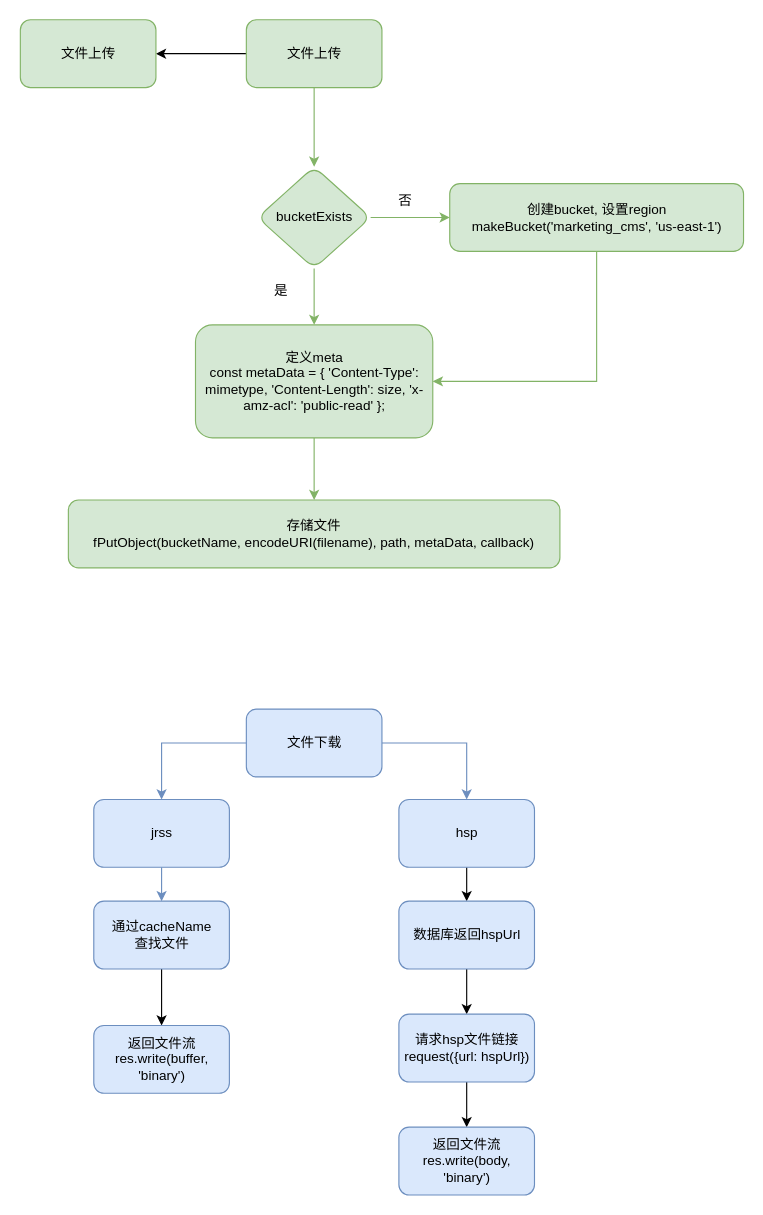
Before: 未命名绘图.drawio in senyawang/drawio, a draw.io diagram. Source tidied: cells renumbered, new cells numbered last; positions are measured from the earlier drawing's top-left corner, leaving out a move shared by most shapes. Both pictures are drawn from the tidied source at 113%, with x=0, y=0 at pixel (20, 19).
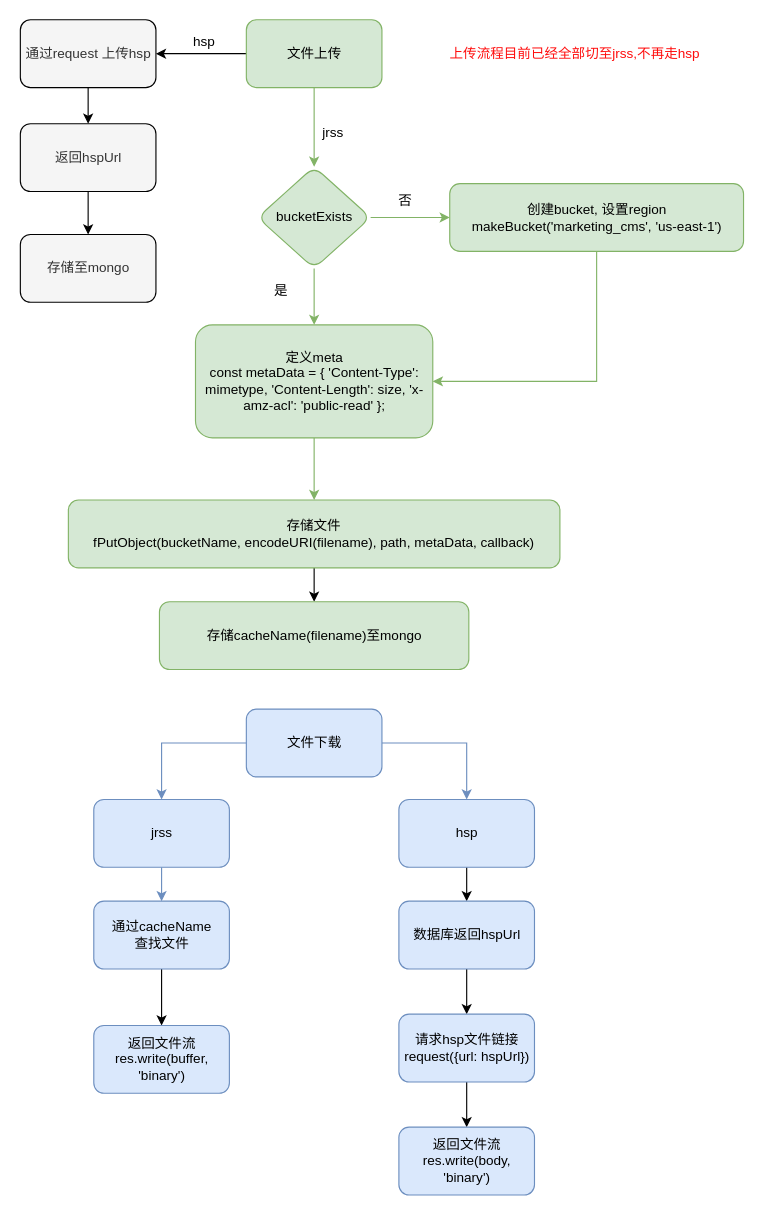
The same page after the edit.

Commit message (it also covers changes not shown here):
更新未命名绘图.drawio

The change refers to these unchanged cells:
```xml
<mxCell id="14" value="存储文件&lt;br&gt;fPutObject(bucketName, encodeURI(filename), path, metaData, callback)" style="whiteSpace=wrap;html=1;rounded=1;fillColor=#d5e8d4;strokeColor=#82b366;" parent="1" vertex="1">
  <mxGeometry x="42" y="425" width="435" height="60" as="geometry" />
</mxCell>
```

Change to the diagram source:
```diff
@@
+    <mxCell id="31" style="edgeStyle=orthogonalEdgeStyle;rounded=0;jettySize=auto;html=1;" parent="1" edge="1" source="14" target="35">
+      <mxGeometry relative="1" as="geometry" />
+    </mxCell>
@@
+    <mxCell id="32" style="edgeStyle=orthogonalEdgeStyle;rounded=0;jettySize=auto;html=1;fillColor=#f5f5f5;strokeColor=default;" parent="1" edge="1" source="30" target="34">
+      <mxGeometry relative="1" as="geometry" />
+    </mxCell>
-    <mxCell id="30" value="文件上传" style="rounded=1;whiteSpace=wrap;html=1;fillColor=#d5e8d4;strokeColor=#82b366;" parent="1" vertex="1">
+    <mxCell id="30" value="通过request 上传hsp" style="rounded=1;whiteSpace=wrap;html=1;fillColor=#f5f5f5;strokeColor=default;fontColor=#333333;" parent="1" vertex="1">
       <mxGeometry x="-0.5" width="120" height="60" as="geometry" />
     </mxCell>
+    <mxCell id="33" style="edgeStyle=orthogonalEdgeStyle;rounded=0;jettySize=auto;html=1;fillColor=#f5f5f5;strokeColor=default;" parent="1" edge="1" source="34" target="36">
+      <mxGeometry relative="1" as="geometry" />
+    </mxCell>
+    <mxCell id="34" value="返回hspUrl" style="rounded=1;whiteSpace=wrap;html=1;fillColor=#f5f5f5;strokeColor=default;fontColor=#333333;" parent="1" vertex="1">
+      <mxGeometry x="-0.5" y="92" width="120" height="60" as="geometry" />
+    </mxCell>
+    <mxCell id="35" value="存储cacheName(filename)至mongo" style="whiteSpace=wrap;html=1;fillColor=#d5e8d4;strokeColor=#82b366;rounded=1;" parent="1" vertex="1">
+      <mxGeometry x="122.6" y="515" width="273.8" height="60" as="geometry" />
+    </mxCell>
+    <mxCell id="36" value="存储至mongo" style="rounded=1;whiteSpace=wrap;html=1;fillColor=#f5f5f5;strokeColor=default;fontColor=#333333;" parent="1" vertex="1">
+      <mxGeometry x="-0.5" y="190" width="120" height="60" as="geometry" />
+    </mxCell>
+    <mxCell id="37" value="jrss" style="text;html=1;align=center;verticalAlign=middle;strokeColor=none;fillColor=none;" parent="1" vertex="1">
+      <mxGeometry x="256" y="85" width="40" height="30" as="geometry" />
+    </mxCell>
+    <mxCell id="38" value="hsp" style="text;html=1;align=center;verticalAlign=middle;strokeColor=none;fillColor=none;" parent="1" vertex="1">
+      <mxGeometry x="142" y="5" width="40" height="30" as="geometry" />
+    </mxCell>
+    <mxCell id="39" value="上传流程目前已经全部切至jrss,不再走hsp" style="text;html=1;align=center;verticalAlign=middle;strokeColor=none;fillColor=none;fontColor=#FF0D0D;" parent="1" vertex="1">
+      <mxGeometry x="364.5" y="15" width="250" height="30" as="geometry" />
+    </mxCell>
```
